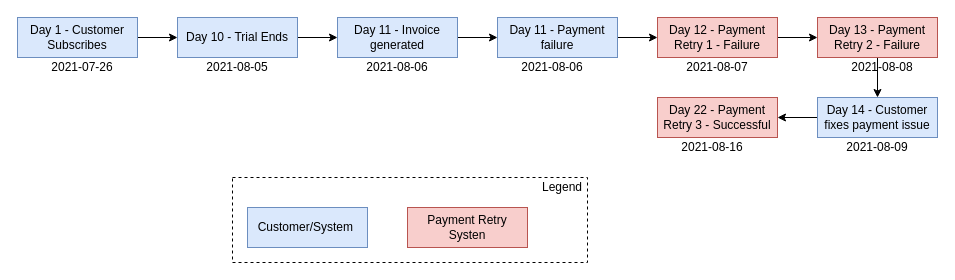
Earlier version of the draw.io diagram page "flow2" (2 of 5) of userguide/assets/img/overdue/overdue.drawio (killbill/killbill-docs). Source tidied: cells renumbered, new cells numbered last; positions are measured from the earlier drawing's top-left corner, leaving out a move shared by most shapes. Both pictures are drawn from the tidied source at 100%, with x=0, y=0 at pixel (17, 17).
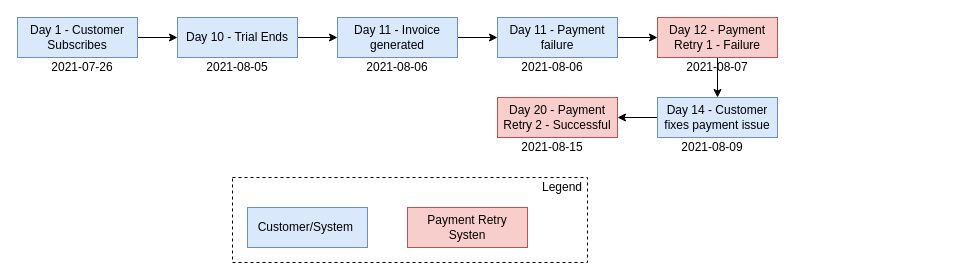
After the change.

Unchanged cells that the change refers to:
```xml
<mxCell id="7" value="Day 12 - Payment Retry 1 - Failure" style="rounded=0;whiteSpace=wrap;html=1;fillColor=#f8cecc;strokeColor=#b85450;" parent="1" vertex="1">
  <mxGeometry x="640" width="120" height="40" as="geometry" />
</mxCell>
```

The edit, as a diff of the source:
```diff
@@
-    <mxCell id="6" style="edgeStyle=orthogonalEdgeStyle;rounded=0;jettySize=auto;html=1;exitX=1;exitY=0.5;exitDx=0;exitDy=0;entryX=0;entryY=0.5;entryDx=0;entryDy=0;" parent="1" edge="1" source="7" target="9">
-      <mxGeometry relative="1" as="geometry" />
-    </mxCell>
+    <mxCell id="29" style="edgeStyle=orthogonalEdgeStyle;rounded=0;jettySize=auto;html=1;entryX=0.5;entryY=0;entryDx=0;entryDy=0;" parent="1" edge="1" source="7" target="11">
+      <mxGeometry relative="1" as="geometry" />
+    </mxCell>
@@
-    <mxCell id="8" style="edgeStyle=orthogonalEdgeStyle;rounded=0;jettySize=auto;html=1;" parent="1" edge="1" source="9" target="11">
-      <mxGeometry relative="1" as="geometry" />
-    </mxCell>
-    <mxCell id="9" value="Day 13 - Payment Retry 2 - Failure" style="rounded=0;whiteSpace=wrap;html=1;fillColor=#f8cecc;strokeColor=#b85450;" parent="1" vertex="1">
-      <mxGeometry x="800" width="120" height="40" as="geometry" />
-    </mxCell>
-    <mxCell id="10" style="edgeStyle=orthogonalEdgeStyle;rounded=0;jettySize=auto;html=1;exitX=0;exitY=0.5;exitDx=0;exitDy=0;" parent="1" edge="1" source="11" target="12">
+    <mxCell id="10" style="edgeStyle=orthogonalEdgeStyle;rounded=0;jettySize=auto;html=1;exitX=0;exitY=0.5;exitDx=0;exitDy=0;entryX=1;entryY=0.5;entryDx=0;entryDy=0;" parent="1" edge="1" source="11" target="12">
       <mxGeometry relative="1" as="geometry" />
     </mxCell>
     <mxCell id="11" value="Day 14 - Customer fixes payment issue" style="rounded=0;whiteSpace=wrap;html=1;fillColor=#dae8fc;strokeColor=#6c8ebf;" parent="1" vertex="1">
-      <mxGeometry x="800" y="80" width="120" height="40" as="geometry" />
+      <mxGeometry x="640" y="80" width="120" height="40" as="geometry" />
     </mxCell>
-    <mxCell id="12" value="Day 22 - Payment Retry 3 - Successful" style="rounded=0;whiteSpace=wrap;html=1;fillColor=#f8cecc;strokeColor=#b85450;" parent="1" vertex="1">
-      <mxGeometry x="640" y="80" width="120" height="40" as="geometry" />
+    <mxCell id="12" value="Day 20 - Payment Retry 2 - Successful" style="rounded=0;whiteSpace=wrap;html=1;fillColor=#f8cecc;strokeColor=#b85450;" parent="1" vertex="1">
+      <mxGeometry x="480" y="80" width="120" height="40" as="geometry" />
     </mxCell>
@@
-    <mxCell id="19" value="2021-08-08" style="text;html=1;strokeColor=none;fillColor=none;align=center;verticalAlign=middle;whiteSpace=wrap;rounded=0;" parent="1" vertex="1">
-      <mxGeometry x="820" y="40" width="90" height="20" as="geometry" />
-    </mxCell>
     <mxCell id="20" value="2021-08-09" style="text;html=1;strokeColor=none;fillColor=none;align=center;verticalAlign=middle;whiteSpace=wrap;rounded=0;" parent="1" vertex="1">
-      <mxGeometry x="815" y="120" width="90" height="20" as="geometry" />
+      <mxGeometry x="650" y="120" width="90" height="20" as="geometry" />
     </mxCell>
-    <mxCell id="21" value="2021-08-16" style="text;html=1;strokeColor=none;fillColor=none;align=center;verticalAlign=middle;whiteSpace=wrap;rounded=0;" parent="1" vertex="1">
-      <mxGeometry x="650" y="120" width="90" height="20" as="geometry" />
+    <mxCell id="21" value="2021-08-15" style="text;html=1;strokeColor=none;fillColor=none;align=center;verticalAlign=middle;whiteSpace=wrap;rounded=0;" parent="1" vertex="1">
+      <mxGeometry x="490" y="120" width="90" height="20" as="geometry" />
     </mxCell>
```
